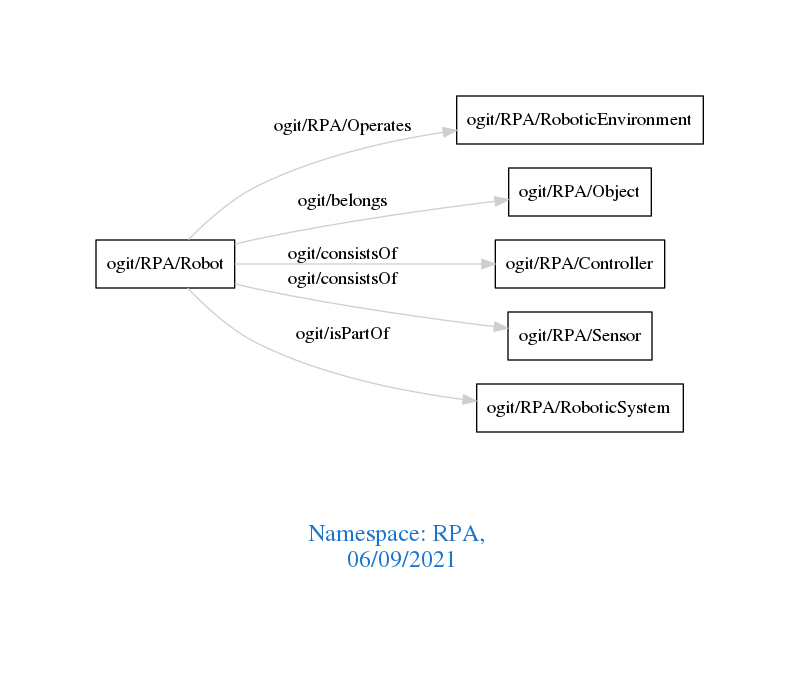
Above: downloads/RPA.png in arago/OGIT (Graphviz), before the change. Its source is kept beside it as downloads/RPA.dot.
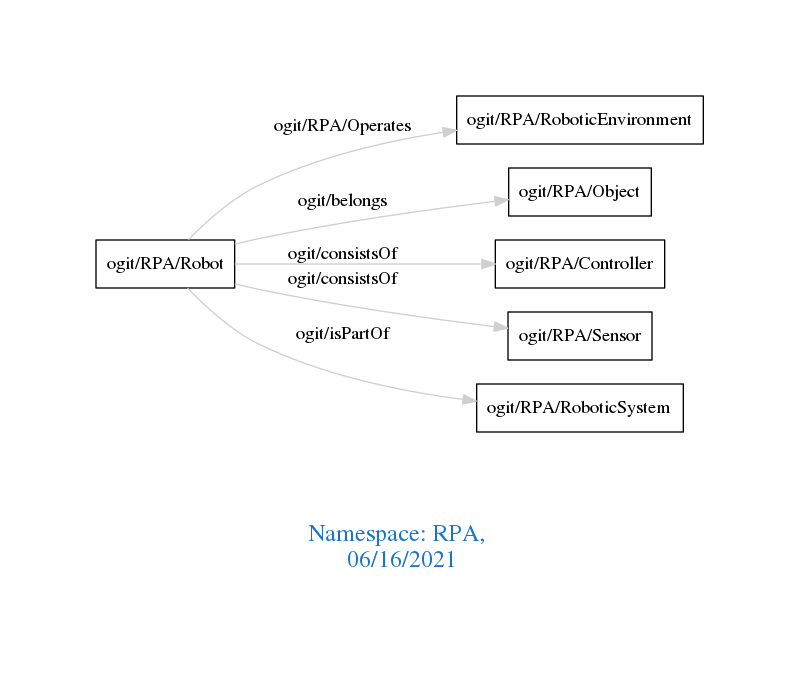
Later version of the same file.

Diff of the diagram source:
```diff
@@ -1,7 +1,7 @@
 digraph OGIT_ontology {
  graph [ rankdir= LR,pad=1
 fontsize = 18,
-fontcolor= dodgerblue3,label = "\n\n\nNamespace: RPA, \n 06/09/2021"];
+fontcolor= dodgerblue3,label = "\n\n\nNamespace: RPA, \n 06/16/2021"];
 node[shape=polygon];
 edge [  color="gray81"];
 
```
